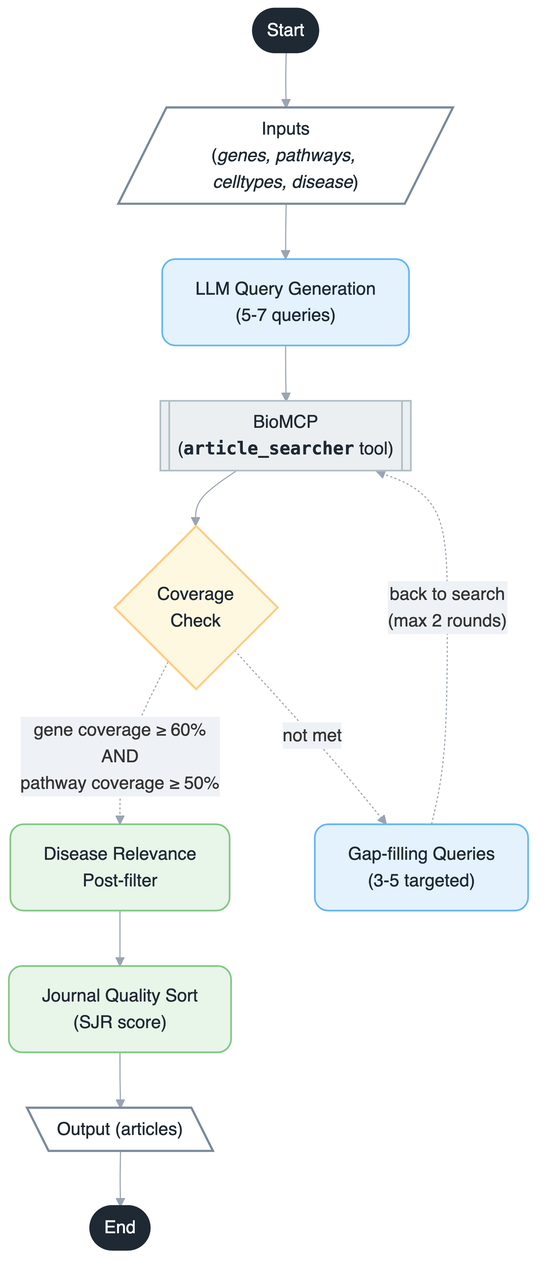
Earlier version of the Mermaid export agent_architecture/4.search_literature_dynamic_compact.png (junghyunJJ/DeepMAST). Its source is kept beside it as agent_architecture/4.search_literature_dynamic_compact.mermaid. Source of this version:
```mermaid
%%{init: {
  "theme": "base",
  "themeVariables": {
    "fontFamily": "Helvetica, Arial",
    "primaryColor": "#f5f7fa",
    "primaryBorderColor": "#c9d1d9",
    "lineColor": "#9aa4b2",
    "secondaryColor": "#eef2f7",
    "tertiaryColor": "#ffffff"
  }
}}%%

flowchart TD

START(["Start"]):::terminal
INPUT[/"Inputs<br/>(<i>genes, pathways, celltypes, disease</i>)"/]:::io_white
QUERYGEN["LLM Query Generation<br/>(5-7 queries)"]:::llm
SEARCH[["BioMCP<br/>(<b><code>article_searcher</code></b> tool)"]]:::tool
COV{"Coverage<br/>Check"}:::decision
GAPFILL["Gap-filling Queries<br/>(3-5 targeted)"]:::llm
DISEASE["Disease Relevance<br/>Post-filter"]:::post
SJR["Journal Quality Sort<br/>(SJR score)"]:::post
OUTPUT[\"Output (articles)"\]:::io_white
END(["End"]):::terminal

START --> INPUT
INPUT --> QUERYGEN
QUERYGEN --> SEARCH
SEARCH --> COV
COV -.->|"gene coverage ≥ 60%<br/>AND<br/>pathway coverage ≥ 50%"| DISEASE
COV -.->|"not met"| GAPFILL
GAPFILL -.->|"back to search<br/>(max 2 rounds)"| SEARCH
DISEASE --> SJR
SJR --> OUTPUT
OUTPUT --> END

classDef title fill:none,stroke:none,color:#1f2933,font-size:16px
classDef input fill:#e8edf3,stroke:#7b8a9a,stroke-width:2px,rx:14,ry:14,color:#1f2933
classDef module fill:#ffffff,stroke:#c9d1d9,stroke-width:1.5px,rx:12,ry:12,color:#1f2933
classDef llm fill:#e3f2fd,stroke:#64b5f6,stroke-width:1.5px,rx:12,ry:12,color:#1f2933
classDef decision fill:#fff8e1,stroke:#ffcc80,stroke-width:1.8px,color:#1f2933
classDef tool fill:#eceff1,stroke:#b0bec5,stroke-width:1.5px,rx:10,ry:10,color:#1f2933
classDef optional fill:#f5f5f5,stroke:#bdbdbd,stroke-width:1.2px,stroke-dasharray: 5 5,rx:10,ry:10,color:#616161
classDef post fill:#e8f5e9,stroke:#81c784,stroke-width:1.5px,rx:12,ry:12,color:#1f2933
classDef io_white fill:#ffffff,stroke:#7b8a9a,stroke-width:2px,rx:14,ry:14,color:#1f2933
classDef terminal fill:#1f2933,stroke:#1f2933,stroke-width:2px,color:#ffffff
classDef gray fill:#eceff1,stroke:#b0bec5,stroke-width:1.5px,rx:12,ry:12,color:#1f2933
```
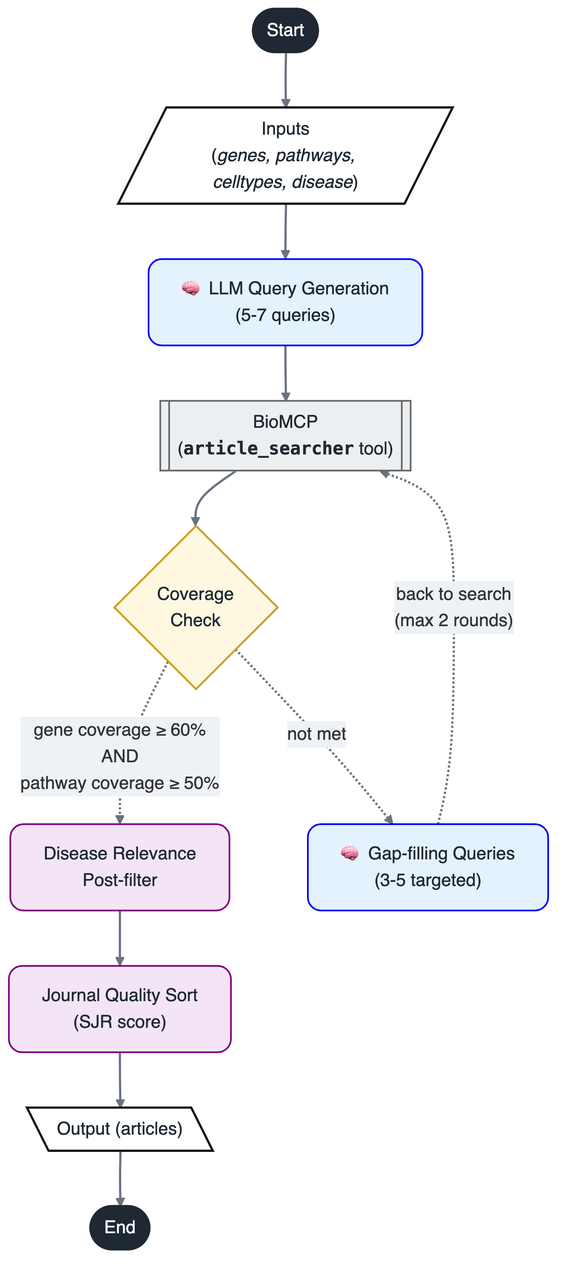
After the commit.

What changed in the source:
```diff
@@ -6,7 +6,8 @@
     "primaryBorderColor": "#c9d1d9",
     "lineColor": "#9aa4b2",
     "secondaryColor": "#eef2f7",
-    "tertiaryColor": "#ffffff"
+    "tertiaryColor": "#ffffff",
+    "lineColor":"#6b7280"
   }
 }}%%
 
@@ -14,10 +15,10 @@
 
 START(["Start"]):::terminal
 INPUT[/"Inputs<br/>(<i>genes, pathways, celltypes, disease</i>)"/]:::io_white
-QUERYGEN["LLM Query Generation<br/>(5-7 queries)"]:::llm
+QUERYGEN["🧠 LLM Query Generation<br/>(5-7 queries)"]:::llm
 SEARCH[["BioMCP<br/>(<b><code>article_searcher</code></b> tool)"]]:::tool
-COV{"Coverage<br/>Check"}:::decision
-GAPFILL["Gap-filling Queries<br/>(3-5 targeted)"]:::llm
+COV{"Coverage<br/>Check"}:::check_decision
+GAPFILL["🧠 Gap-filling Queries<br/>(3-5 targeted)"]:::llm
 DISEASE["Disease Relevance<br/>Post-filter"]:::post
 SJR["Journal Quality Sort<br/>(SJR score)"]:::post
 OUTPUT[\"Output (articles)"\]:::io_white
@@ -35,13 +36,13 @@
 OUTPUT --> END
 
 classDef title fill:none,stroke:none,color:#1f2933,font-size:16px
-classDef input fill:#e8edf3,stroke:#7b8a9a,stroke-width:2px,rx:14,ry:14,color:#1f2933
-classDef module fill:#ffffff,stroke:#c9d1d9,stroke-width:1.5px,rx:12,ry:12,color:#1f2933
-classDef llm fill:#e3f2fd,stroke:#64b5f6,stroke-width:1.5px,rx:12,ry:12,color:#1f2933
-classDef decision fill:#fff8e1,stroke:#ffcc80,stroke-width:1.8px,color:#1f2933
-classDef tool fill:#eceff1,stroke:#b0bec5,stroke-width:1.5px,rx:10,ry:10,color:#1f2933
+classDef module fill:#f9fafb,stroke:#666666,stroke-width:1.5px,rx:12,ry:12,color:#1f2933
+classDef llm fill:#e3f2fd,stroke:#0000FF,stroke-width:1.5px,rx:12,ry:12,color:#1f2933
+classDef check_decision fill:#fff8e1,stroke:#C9A227,stroke-width:1.8px,color:#1f2933
+classDef tool fill:#eceff1,stroke:#666666,stroke-width:1.5px,rx:10,ry:10,color:#1f2933
 classDef optional fill:#f5f5f5,stroke:#bdbdbd,stroke-width:1.2px,stroke-dasharray: 5 5,rx:10,ry:10,color:#616161
-classDef post fill:#e8f5e9,stroke:#81c784,stroke-width:1.5px,rx:12,ry:12,color:#1f2933
-classDef io_white fill:#ffffff,stroke:#7b8a9a,stroke-width:2px,rx:14,ry:14,color:#1f2933
+classDef post fill:#f3e5f5,stroke:#800080,stroke-width:1.5px,rx:12,ry:12,color:#1f2933
+classDef io_white fill:#ffffff,stroke:#111111,stroke-width:2px,rx:14,ry:14,color:#1f2933
 classDef terminal fill:#1f2933,stroke:#1f2933,stroke-width:2px,color:#ffffff
 classDef gray fill:#eceff1,stroke:#b0bec5,stroke-width:1.5px,rx:12,ry:12,color:#1f2933
+linkStyle default stroke-width:2px;
```
